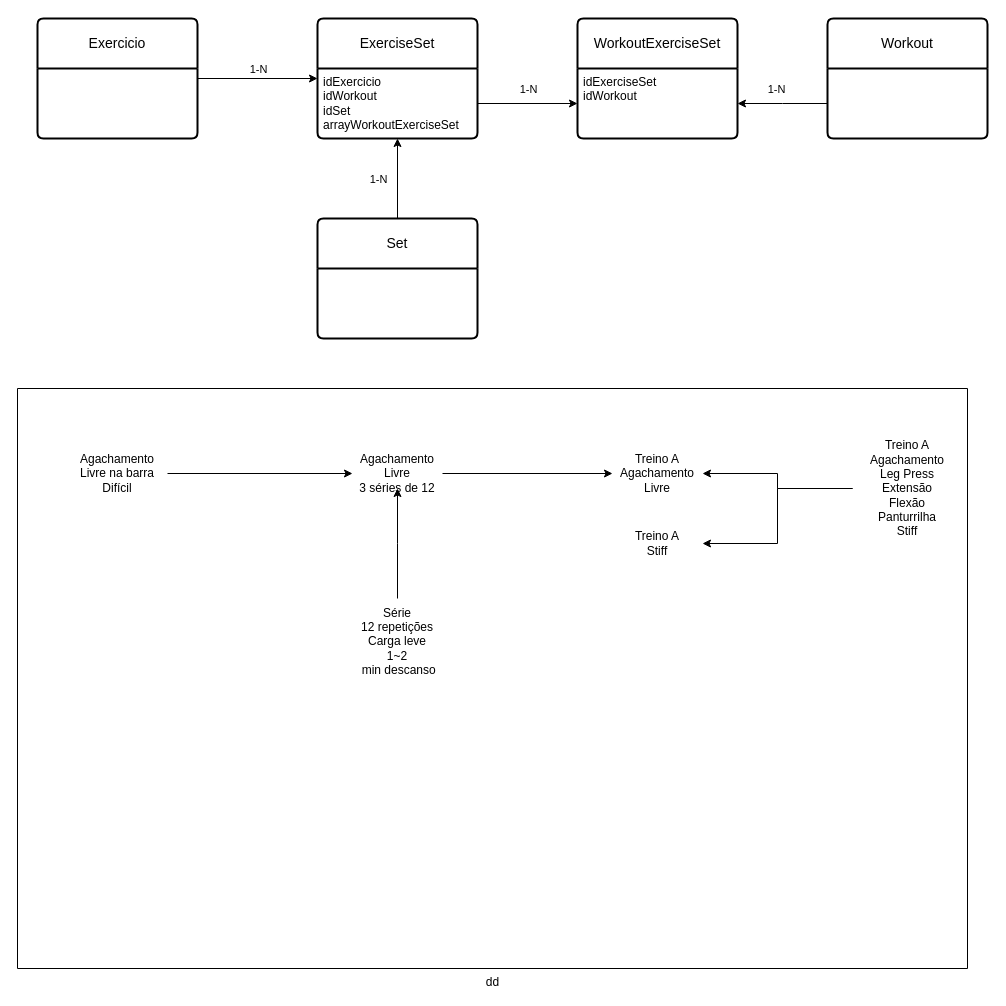
Above: er/workouts.drawio in r3soares/akd (draw.io), before the change. Source tidied: cells renumbered, new cells numbered last; positions are measured from the earlier drawing's top-left corner, leaving out a move shared by most shapes. Both pictures are drawn from the tidied source at 100%, with x=0, y=0 at pixel (17, 18).
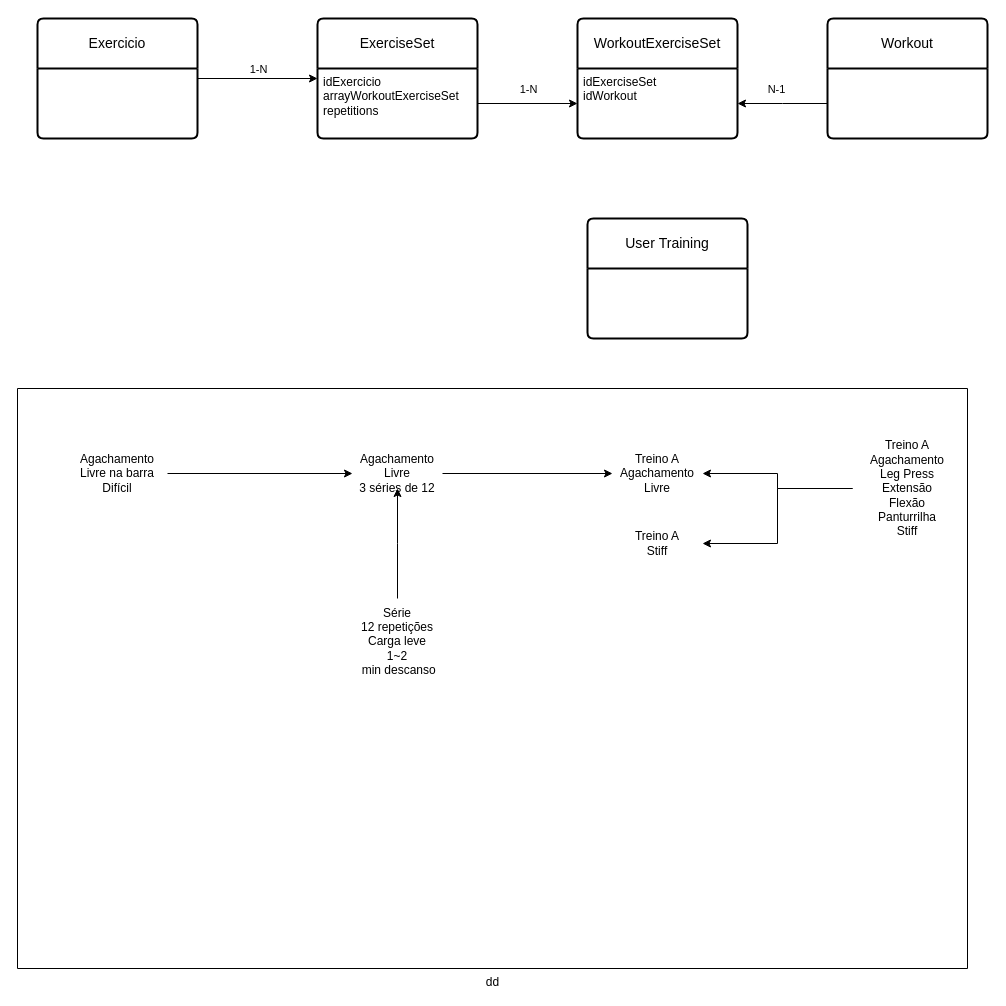
Above is the later version.

Change to the diagram source:
```diff
@@
-    <mxCell id="5" style="edgeStyle=orthogonalEdgeStyle;rounded=0;jettySize=auto;html=1;endArrow=none;endFill=0;startArrow=classic;startFill=1;" parent="1" edge="1" source="7" target="9">
-      <mxGeometry relative="1" as="geometry" />
-    </mxCell>
-    <mxCell id="6" value="1-N" style="edgeLabel;html=1;align=center;verticalAlign=middle;" parent="5" vertex="1">
-      <mxGeometry x="-0.19" y="-4" relative="1" as="geometry">
-        <mxPoint x="-16" y="8" as="offset" />
-      </mxGeometry>
-    </mxCell>
-    <mxCell id="7" value="&lt;div&gt;&lt;span style=&quot;background-color: transparent; color: light-dark(rgb(0, 0, 0), rgb(255, 255, 255));&quot;&gt;ExerciseSet&lt;/span&gt;&lt;/div&gt;" style="swimlane;horizontal=1;startSize=50;rounded=1;fontSize=14;fontStyle=0;strokeWidth=2;shadow=0;dashed=0;align=center;arcSize=4;whiteSpace=wrap;html=1;" parent="1" vertex="1">
+    <mxCell id="7" value="&lt;div&gt;&lt;span style=&quot;background-color: transparent; color: light-dark(rgb(0, 0, 0), rgb(255, 255, 255));&quot;&gt;Exercise&lt;/span&gt;&lt;span style=&quot;background-color: transparent; color: light-dark(rgb(0, 0, 0), rgb(255, 255, 255));&quot;&gt;Set&lt;/span&gt;&lt;/div&gt;" style="swimlane;horizontal=1;startSize=50;rounded=1;fontSize=14;fontStyle=0;strokeWidth=2;shadow=0;dashed=0;align=center;arcSize=4;whiteSpace=wrap;html=1;" parent="1" vertex="1">
       <mxGeometry x="300" width="160" height="120" as="geometry" />
     </mxCell>
-    <mxCell id="8" value="idExercicio&lt;div&gt;idWorkout&lt;/div&gt;&lt;div&gt;idSet&lt;/div&gt;&lt;div&gt;arrayWork&lt;span style=&quot;background-color: transparent; color: light-dark(rgb(0, 0, 0), rgb(255, 255, 255));&quot;&gt;outExerciseSet&lt;/span&gt;&lt;/div&gt;&lt;div&gt;&lt;br&gt;&lt;/div&gt;" style="align=left;strokeColor=none;fillColor=none;spacingLeft=4;spacingRight=4;fontSize=12;verticalAlign=top;html=1;whiteSpace=wrap;" parent="7" vertex="1">
+    <mxCell id="8" value="idExercicio&lt;div&gt;arrayWork&lt;span style=&quot;background-color: transparent; color: light-dark(rgb(0, 0, 0), rgb(255, 255, 255));&quot;&gt;outExerciseSet&lt;/span&gt;&lt;/div&gt;&lt;div&gt;repetiti&lt;span style=&quot;background-color: transparent; color: light-dark(rgb(0, 0, 0), rgb(255, 255, 255));&quot;&gt;ons&lt;/span&gt;&lt;/div&gt;" style="align=left;strokeColor=none;fillColor=none;spacingLeft=4;spacingRight=4;fontSize=12;verticalAlign=top;html=1;whiteSpace=wrap;" parent="7" vertex="1">
       <mxGeometry y="50" width="160" height="70" as="geometry" />
     </mxCell>
-    <mxCell id="9" value="Set" style="swimlane;horizontal=1;startSize=50;rounded=1;fontSize=14;fontStyle=0;strokeWidth=2;shadow=0;dashed=0;align=center;arcSize=4;whiteSpace=wrap;html=1;" parent="1" vertex="1">
-      <mxGeometry x="300" y="200" width="160" height="120" as="geometry" />
-    </mxCell>
@@
-    <mxCell id="26" value="1-N" style="edgeLabel;html=1;align=center;verticalAlign=middle;" parent="1" vertex="1">
+    <mxCell id="26" value="N-1" style="edgeLabel;html=1;align=center;verticalAlign=middle;" parent="1" vertex="1">
       <mxGeometry x="750" y="80" as="geometry">
         <mxPoint x="8" y="-10" as="offset" />
       </mxGeometry>
     </mxCell>
@@
+    <mxCell id="29" value="User&amp;nbsp;&lt;span style=&quot;background-color: transparent; color: light-dark(rgb(0, 0, 0), rgb(255, 255, 255));&quot;&gt;Training&lt;/span&gt;" style="swimlane;horizontal=1;startSize=50;rounded=1;fontSize=14;fontStyle=0;strokeWidth=2;shadow=0;dashed=0;align=center;arcSize=4;whiteSpace=wrap;html=1;" parent="1" vertex="1">
+      <mxGeometry x="570" y="200" width="160" height="120" as="geometry" />
+    </mxCell>
```
